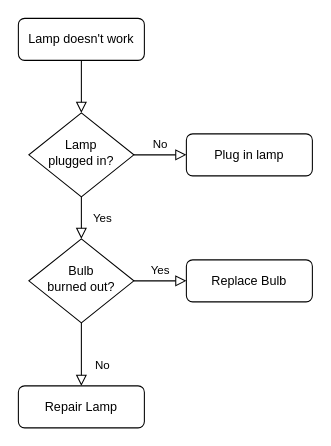
This is Диаграмма без названия.drawio from agirlwithcamomiles/testing_git, a draw.io file, before an edit. Source tidied: cells renumbered, new cells numbered last; positions are measured from the earlier drawing's top-left corner, leaving out a move shared by most shapes. Both pictures are drawn from the tidied source at 105%, with x=0, y=0 at pixel (18, 18).
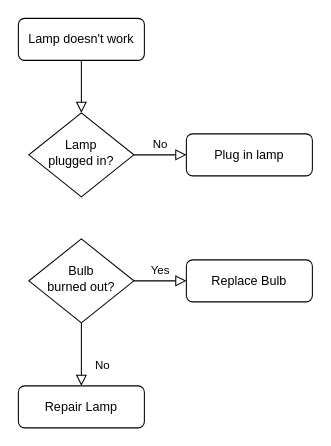
The same page after the edit.

Diff of the diagram source:
```diff
@@
 <mxGraphModel>
   <root>
     <mxCell id="0" />
     <mxCell id="1" parent="0" />
     <mxCell id="2" style="rounded=0;html=1;jettySize=auto;fontSize=11;endArrow=block;endFill=0;endSize=8;strokeWidth=1;shadow=0;labelBackgroundColor=none;edgeStyle=orthogonalEdgeStyle;" parent="1" edge="1" source="3" target="6">
       <mxGeometry relative="1" as="geometry" />
     </mxCell>
     <mxCell id="3" value="Lamp doesn't work" style="rounded=1;whiteSpace=wrap;html=1;fontSize=12;glass=0;strokeWidth=1;shadow=0;" parent="1" vertex="1">
       <mxGeometry width="120" height="40" as="geometry" />
     </mxCell>
-    <mxCell id="4" value="Yes" style="rounded=0;html=1;jettySize=auto;fontSize=11;endArrow=block;endFill=0;endSize=8;strokeWidth=1;shadow=0;labelBackgroundColor=none;edgeStyle=orthogonalEdgeStyle;" parent="1" edge="1" source="6" target="10">
-      <mxGeometry y="20" relative="1" as="geometry" />
-    </mxCell>
     <mxCell id="5" value="No" style="edgeStyle=orthogonalEdgeStyle;rounded=0;html=1;jettySize=auto;fontSize=11;endArrow=block;endFill=0;endSize=8;strokeWidth=1;shadow=0;labelBackgroundColor=none;" parent="1" edge="1" source="6" target="7">
       <mxGeometry y="10" relative="1" as="geometry" />
     </mxCell>
     <mxCell id="6" value="Lamp&lt;br&gt;plugged in?" style="rhombus;whiteSpace=wrap;html=1;shadow=0;fontFamily=Helvetica;fontSize=12;align=center;strokeWidth=1;spacing=6;spacingTop=-4;" parent="1" vertex="1">
       <mxGeometry x="10" y="90" width="100" height="80" as="geometry" />
     </mxCell>
     <mxCell id="7" value="Plug in lamp" style="rounded=1;whiteSpace=wrap;html=1;fontSize=12;glass=0;strokeWidth=1;shadow=0;" parent="1" vertex="1">
       <mxGeometry x="160" y="110" width="120" height="40" as="geometry" />
     </mxCell>
     <mxCell id="8" value="No" style="rounded=0;html=1;jettySize=auto;fontSize=11;endArrow=block;endFill=0;endSize=8;strokeWidth=1;shadow=0;labelBackgroundColor=none;edgeStyle=orthogonalEdgeStyle;" parent="1" edge="1" source="10" target="11">
       <mxGeometry x="0.33" y="20" relative="1" as="geometry" />
     </mxCell>
     <mxCell id="9" value="Yes" style="edgeStyle=orthogonalEdgeStyle;rounded=0;html=1;jettySize=auto;fontSize=11;endArrow=block;endFill=0;endSize=8;strokeWidth=1;shadow=0;labelBackgroundColor=none;" parent="1" edge="1" source="10" target="12">
       <mxGeometry y="10" relative="1" as="geometry" />
     </mxCell>
     <mxCell id="10" value="Bulb&lt;br&gt;burned out?" style="rhombus;whiteSpace=wrap;html=1;shadow=0;fontFamily=Helvetica;fontSize=12;align=center;strokeWidth=1;spacing=6;spacingTop=-4;" parent="1" vertex="1">
       <mxGeometry x="10" y="210" width="100" height="80" as="geometry" />
     </mxCell>
     <mxCell id="11" value="Repair Lamp" style="rounded=1;whiteSpace=wrap;html=1;fontSize=12;glass=0;strokeWidth=1;shadow=0;" parent="1" vertex="1">
       <mxGeometry y="350" width="120" height="40" as="geometry" />
     </mxCell>
     <mxCell id="12" value="Replace Bulb" style="rounded=1;whiteSpace=wrap;html=1;fontSize=12;glass=0;strokeWidth=1;shadow=0;" parent="1" vertex="1">
       <mxGeometry x="160" y="230" width="120" height="40" as="geometry" />
     </mxCell>
   </root>
 </mxGraphModel>
```
